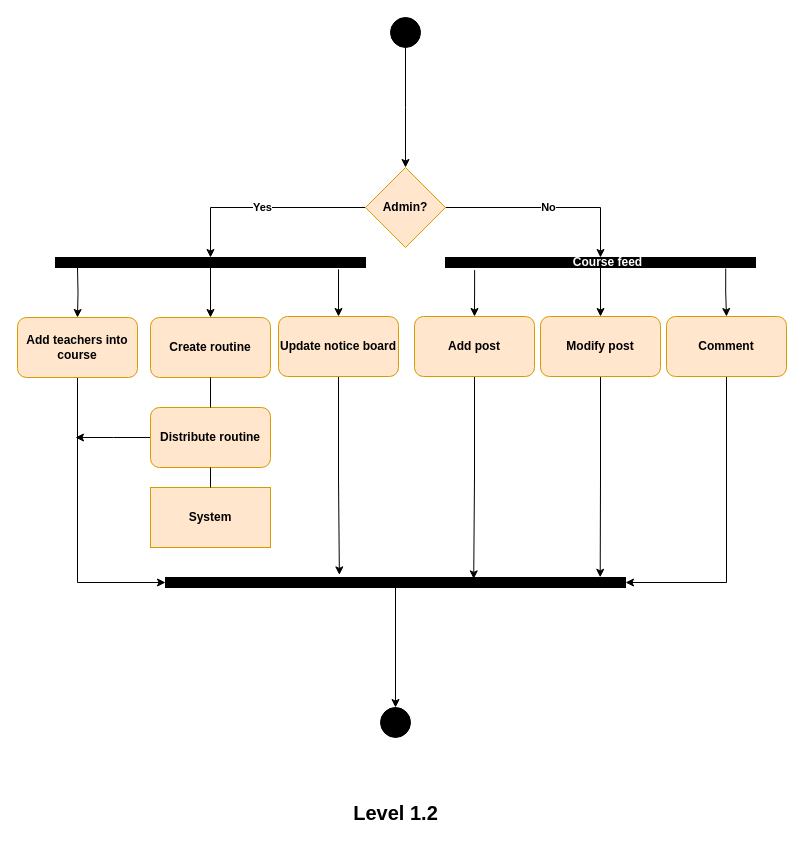
The draw.io diagram page "Activity 1.2" (14 of 21) of Diagrams.drawio in shirrsho/E-shcool, before the edit. Source tidied: cells renumbered, new cells numbered last; positions are measured from the earlier drawing's top-left corner, leaving out a move shared by most shapes. Both pictures are drawn from the tidied source at 100%, with x=0, y=0 at pixel (17, 17).
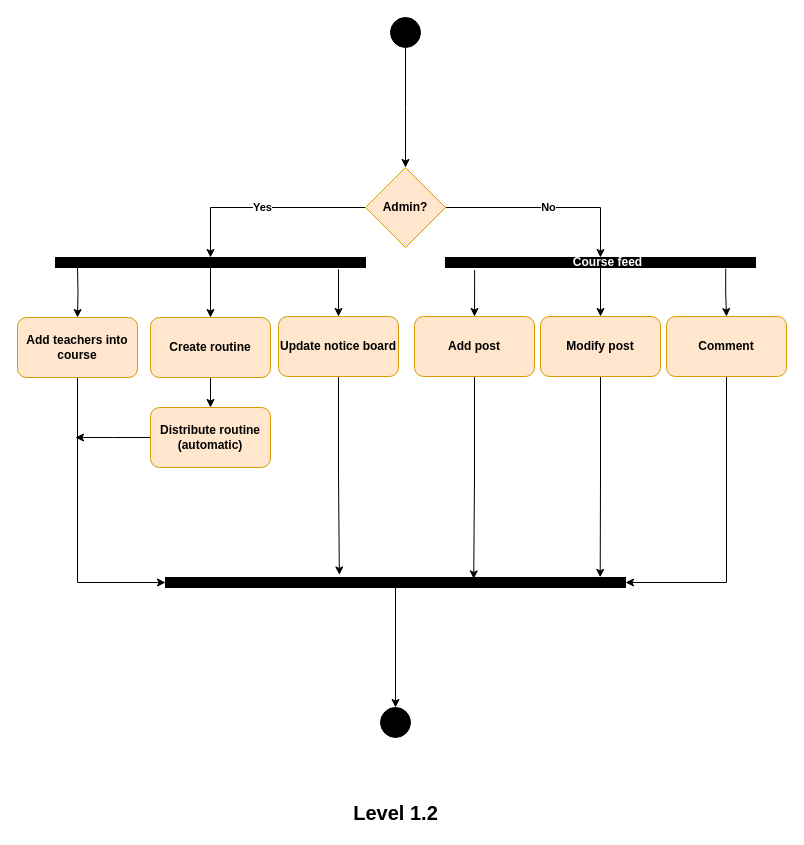
After the change.

Unchanged cells that the change refers to:
```xml
<mxCell id="13" value="Create routine" style="rounded=1;whiteSpace=wrap;html=1;fontStyle=1;fillColor=#ffe6cc;strokeColor=#d79b00;" parent="1" vertex="1">
  <mxGeometry x="133" y="300" width="120" height="60" as="geometry" />
</mxCell>
```

The edit, as a diff of the source:
```diff
@@
+    <mxCell id="36" style="edgeStyle=orthogonalEdgeStyle;rounded=0;jettySize=auto;html=1;" parent="1" edge="1" source="13" target="17">
+      <mxGeometry relative="1" as="geometry" />
+    </mxCell>
@@
-    <mxCell id="17" value="Distribute routine" style="rounded=1;whiteSpace=wrap;html=1;fontStyle=1;fillColor=#ffe6cc;strokeColor=#d79b00;" parent="1" vertex="1">
+    <mxCell id="17" value="Distribute routine (automatic)" style="rounded=1;whiteSpace=wrap;html=1;fontStyle=1;fillColor=#ffe6cc;strokeColor=#d79b00;" parent="1" vertex="1">
       <mxGeometry x="133" y="390" width="120" height="60" as="geometry" />
     </mxCell>
-    <mxCell id="18" value="System" style="rounded=0;whiteSpace=wrap;html=1;fontStyle=1;fillColor=#ffe6cc;strokeColor=#d79b00;" parent="1" vertex="1">
-      <mxGeometry x="133" y="470" width="120" height="60" as="geometry" />
-    </mxCell>
-    <mxCell id="19" style="endArrow=none;html=1;rounded=0;exitX=0.5;exitY=0;exitDx=0;exitDy=0;entryX=0.5;entryY=1;entryDx=0;entryDy=0;fontStyle=1;" parent="1" edge="1" source="17" target="13">
-      <mxGeometry relative="1" as="geometry" />
-    </mxCell>
-    <mxCell id="20" style="endArrow=none;html=1;rounded=0;exitX=0.5;exitY=0;exitDx=0;exitDy=0;entryX=0.5;entryY=1;entryDx=0;entryDy=0;fontStyle=1;" parent="1" edge="1" source="18" target="17">
-      <mxGeometry relative="1" as="geometry" />
-    </mxCell>
```
